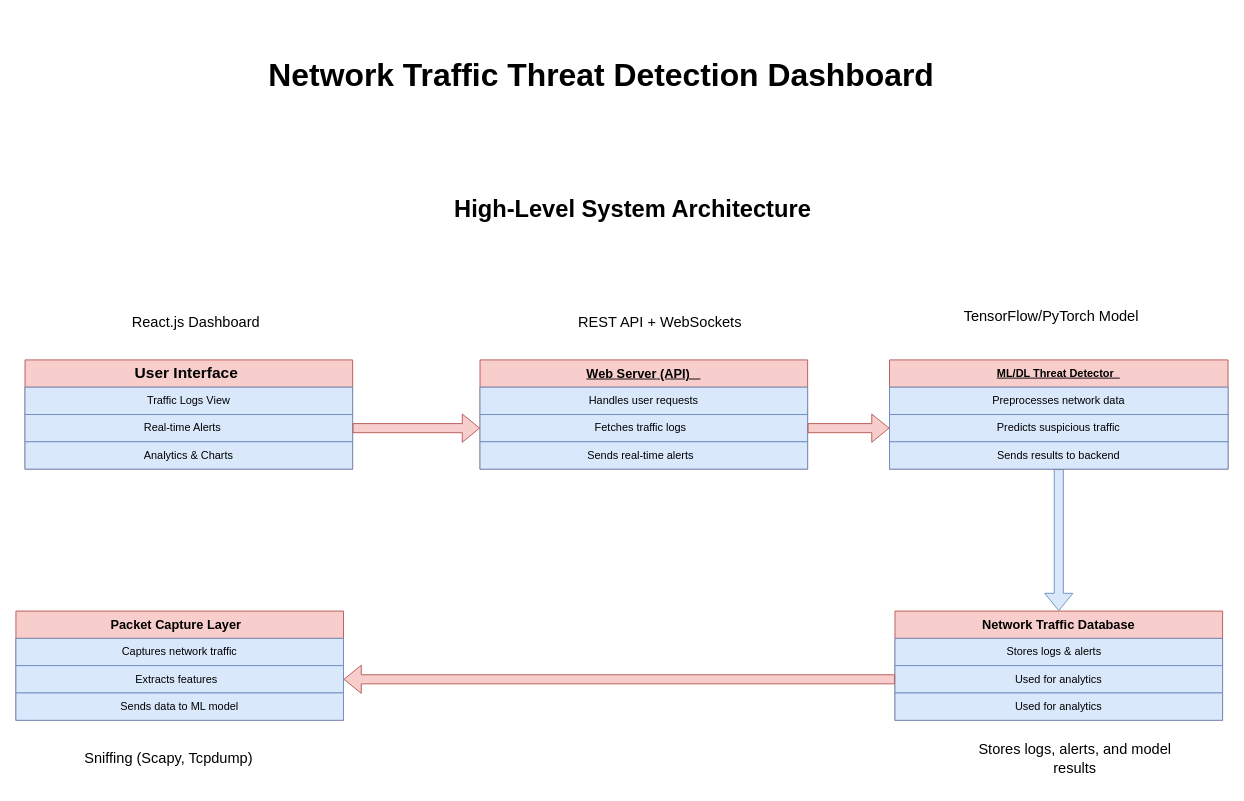
Mahesh7741/ThreatEye-AI-Based-Network-Traffic-Analysis keeps this draw.io diagram as page "Page-1" (1 of 5) of Flowcharts & Diagram/High-Level System Architecture.drawio. Above is the earlier version. Source tidied: cells renumbered, new cells numbered last; positions are measured from the earlier drawing's top-left corner, leaving out a move shared by most shapes. Both pictures are drawn from the tidied source at 91%, with x=0, y=0 at pixel (15, 48).
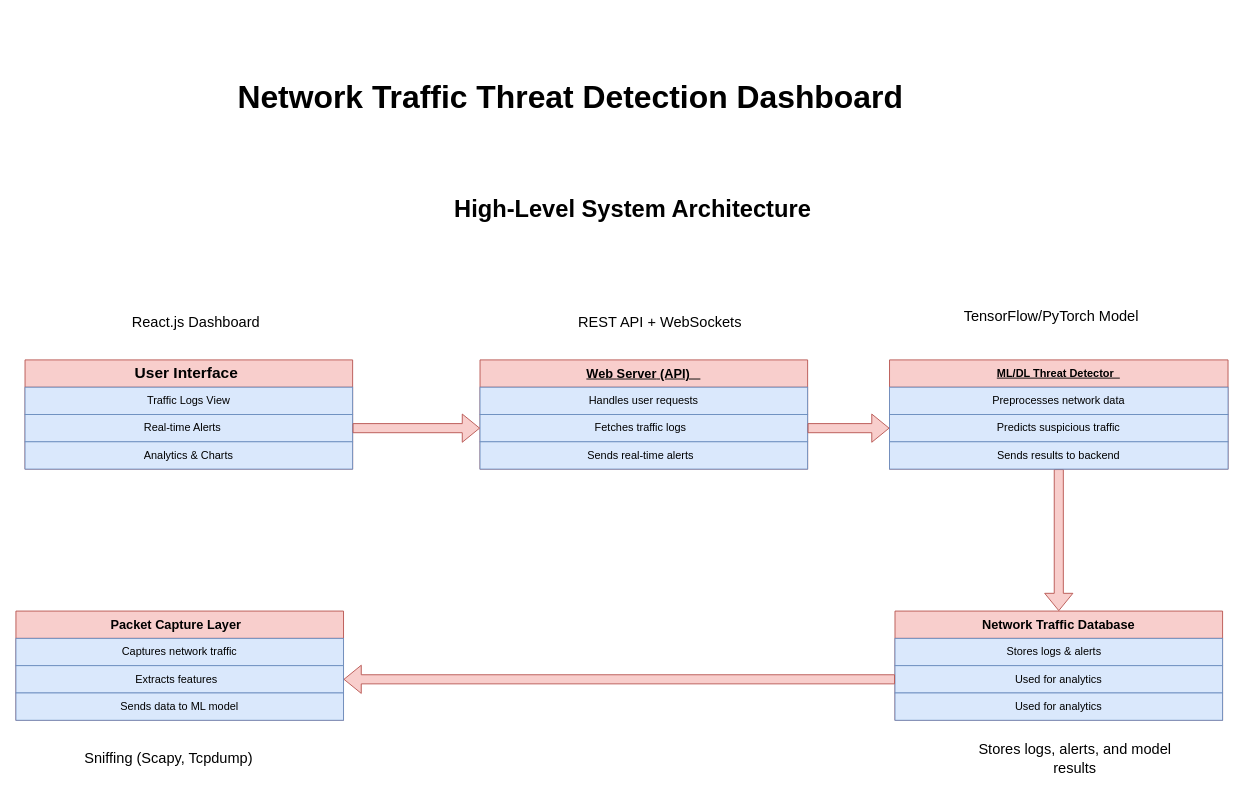
Above is the later version.

Unchanged cells that the change refers to:
```xml
<mxCell id="14" value="ML/DL Threat Detector&amp;nbsp;&amp;nbsp;" style="swimlane;fontStyle=5;horizontal=1;startSize=30;whiteSpace=wrap;html=1;fillColor=#f8cecc;strokeColor=#b85450;" parent="1" vertex="1">
  <mxGeometry x="960" y="342" width="372" height="120" as="geometry" />
</mxCell>
<mxCell id="19" value="&lt;h3&gt;Network Traffic &lt;span class=&quot;hljs-keyword&quot;&gt;Database&lt;/span&gt;&lt;/h3&gt;" style="swimlane;fontStyle=0;horizontal=1;startSize=30;whiteSpace=wrap;html=1;fillColor=#f8cecc;strokeColor=#b85450;" parent="1" vertex="1">
  <mxGeometry x="966" y="618" width="360" height="120" as="geometry" />
</mxCell>
```

What changed in the source:
```diff
@@
     <mxCell id="2" value="&lt;h1&gt;&lt;font style=&quot;font-size: 35px; color: light-dark(rgb(0, 0, 0), rgb(255, 255, 255));&quot;&gt;Network Traffic Threat Detection Dashboard&lt;/font&gt;&lt;/h1&gt;" style="text;strokeColor=none;fillColor=none;html=1;fontSize=24;fontStyle=1;verticalAlign=middle;align=center;" parent="1" vertex="1">
-      <mxGeometry x="358" width="570" height="50" as="geometry" />
+      <mxGeometry x="324" y="24" width="570" height="50" as="geometry" />
     </mxCell>
@@
-    <mxCell id="13" style="edgeStyle=orthogonalEdgeStyle;rounded=0;jettySize=auto;html=1;entryX=0.5;entryY=0;entryDx=0;entryDy=0;shape=flexArrow;fillColor=#dae8fc;strokeColor=#6c8ebf;" parent="1" edge="1" source="14" target="19">
+    <mxCell id="13" style="edgeStyle=orthogonalEdgeStyle;rounded=0;jettySize=auto;html=1;entryX=0.5;entryY=0;entryDx=0;entryDy=0;shape=flexArrow;fillColor=#f8cecc;strokeColor=#b85450;" parent="1" edge="1" source="14" target="19">
       <mxGeometry relative="1" as="geometry" />
     </mxCell>
```
